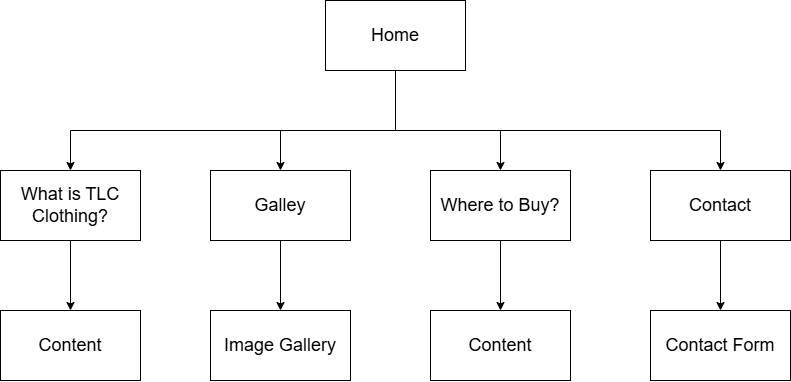
Above: itis3135/project/images/SiteMap.drawio.png in ericaphann/ericaphann.github.io (draw.io), before the change. Source tidied: cells renumbered, new cells last; positions are measured from the earlier drawing's top-left corner, leaving out a move shared by most shapes. The source it was exported from:
```xml
<mxGraphModel>
  <root>
    <mxCell id="0" />
    <mxCell id="1" parent="0" />
    <mxCell id="2" value="&lt;font style=&quot;font-size: 18px;&quot;&gt;Home&lt;/font&gt;" style="rounded=0;whiteSpace=wrap;html=1;" parent="1" vertex="1">
      <mxGeometry x="325" width="140" height="70" as="geometry" />
    </mxCell>
    <mxCell id="3" value="&lt;font style=&quot;font-size: 18px;&quot;&gt;What is TLC Clothing?&lt;/font&gt;" style="rounded=0;whiteSpace=wrap;html=1;" parent="1" vertex="1">
      <mxGeometry y="170" width="140" height="70" as="geometry" />
    </mxCell>
    <mxCell id="4" value="&lt;font style=&quot;font-size: 18px;&quot;&gt;Galley&lt;/font&gt;" style="rounded=0;whiteSpace=wrap;html=1;" parent="1" vertex="1">
      <mxGeometry x="210" y="170" width="140" height="70" as="geometry" />
    </mxCell>
    <mxCell id="5" value="&lt;font style=&quot;font-size: 18px;&quot;&gt;Where to Buy?&lt;/font&gt;" style="rounded=0;whiteSpace=wrap;html=1;" parent="1" vertex="1">
      <mxGeometry x="430" y="170" width="140" height="70" as="geometry" />
    </mxCell>
    <mxCell id="6" value="&lt;font style=&quot;font-size: 18px;&quot;&gt;Contact&lt;/font&gt;" style="rounded=0;whiteSpace=wrap;html=1;" parent="1" vertex="1">
      <mxGeometry x="650" y="170" width="140" height="70" as="geometry" />
    </mxCell>
    <mxCell id="7" style="endArrow=none;html=1;rounded=0;entryX=0.5;entryY=1;entryDx=0;entryDy=0;" parent="1" edge="1" target="2">
      <mxGeometry relative="1" as="geometry">
        <mxPoint x="395" y="130" as="sourcePoint" />
      </mxGeometry>
    </mxCell>
    <mxCell id="8" style="endArrow=none;html=1;rounded=0;" parent="1" edge="1">
      <mxGeometry relative="1" as="geometry">
        <mxPoint x="70" y="130" as="sourcePoint" />
        <mxPoint x="720" y="130" as="targetPoint" />
      </mxGeometry>
    </mxCell>
    <mxCell id="9" style="endArrow=classic;html=1;rounded=0;entryX=0.5;entryY=0;entryDx=0;entryDy=0;" parent="1" edge="1" target="4">
      <mxGeometry relative="1" as="geometry">
        <mxPoint x="280" y="130" as="sourcePoint" />
      </mxGeometry>
    </mxCell>
    <mxCell id="10" style="endArrow=classic;html=1;rounded=0;entryX=0.5;entryY=0;entryDx=0;entryDy=0;" parent="1" edge="1" target="3">
      <mxGeometry relative="1" as="geometry">
        <mxPoint x="70" y="130" as="sourcePoint" />
      </mxGeometry>
    </mxCell>
    <mxCell id="11" style="endArrow=classic;html=1;rounded=0;" parent="1" edge="1" target="6">
      <mxGeometry relative="1" as="geometry">
        <mxPoint x="720" y="130" as="sourcePoint" />
      </mxGeometry>
    </mxCell>
    <mxCell id="12" style="endArrow=classic;html=1;rounded=0;entryX=0.5;entryY=0;entryDx=0;entryDy=0;" parent="1" edge="1" target="5">
      <mxGeometry relative="1" as="geometry">
        <mxPoint x="500" y="130" as="sourcePoint" />
      </mxGeometry>
    </mxCell>
    <mxCell id="13" value="&lt;font style=&quot;font-size: 18px;&quot;&gt;Content&lt;/font&gt;" style="rounded=0;whiteSpace=wrap;html=1;" parent="1" vertex="1">
      <mxGeometry y="310" width="140" height="70" as="geometry" />
    </mxCell>
    <mxCell id="14" value="&lt;font style=&quot;font-size: 18px;&quot;&gt;Image Gallery&lt;/font&gt;" style="rounded=0;whiteSpace=wrap;html=1;" parent="1" vertex="1">
      <mxGeometry x="210" y="310" width="140" height="70" as="geometry" />
    </mxCell>
    <mxCell id="15" value="&lt;font style=&quot;font-size: 18px;&quot;&gt;Content&lt;/font&gt;" style="rounded=0;whiteSpace=wrap;html=1;" parent="1" vertex="1">
      <mxGeometry x="430" y="310" width="140" height="70" as="geometry" />
    </mxCell>
    <mxCell id="16" value="&lt;font style=&quot;font-size: 18px;&quot;&gt;Contact Form&lt;/font&gt;" style="rounded=0;whiteSpace=wrap;html=1;" parent="1" vertex="1">
      <mxGeometry x="650" y="310" width="140" height="70" as="geometry" />
    </mxCell>
    <mxCell id="17" style="endArrow=classic;html=1;rounded=0;exitX=0.5;exitY=1;exitDx=0;exitDy=0;" parent="1" edge="1" source="3" target="13">
      <mxGeometry relative="1" as="geometry" />
    </mxCell>
    <mxCell id="18" style="endArrow=classic;html=1;rounded=0;exitX=0.5;exitY=1;exitDx=0;exitDy=0;" parent="1" edge="1" source="4" target="14">
      <mxGeometry relative="1" as="geometry" />
    </mxCell>
    <mxCell id="19" style="endArrow=classic;html=1;rounded=0;entryX=0.5;entryY=0;entryDx=0;entryDy=0;exitX=0.5;exitY=1;exitDx=0;exitDy=0;" parent="1" edge="1" source="5" target="15">
      <mxGeometry relative="1" as="geometry" />
    </mxCell>
    <mxCell id="20" style="endArrow=classic;html=1;rounded=0;exitX=0.5;exitY=1;exitDx=0;exitDy=0;" parent="1" edge="1" source="6" target="16">
      <mxGeometry relative="1" as="geometry" />
    </mxCell>
  </root>
</mxGraphModel>
```
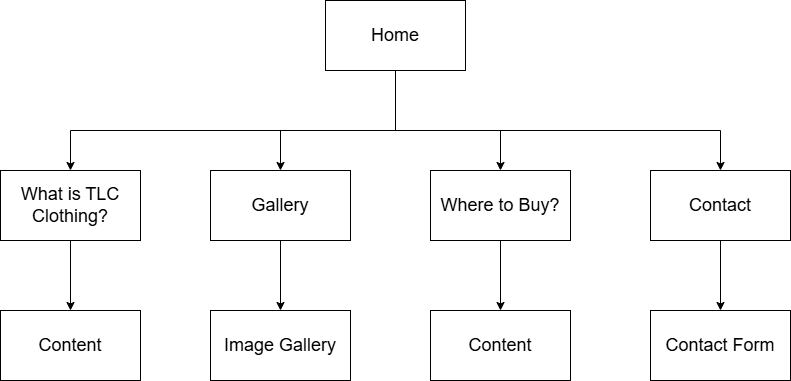
After the commit.

Change to the diagram source:
```diff
@@ -8,7 +8,7 @@
     <mxCell id="3" value="&lt;font style=&quot;font-size: 18px;&quot;&gt;What is TLC Clothing?&lt;/font&gt;" style="rounded=0;whiteSpace=wrap;html=1;" parent="1" vertex="1">
       <mxGeometry y="170" width="140" height="70" as="geometry" />
     </mxCell>
-    <mxCell id="4" value="&lt;font style=&quot;font-size: 18px;&quot;&gt;Galley&lt;/font&gt;" style="rounded=0;whiteSpace=wrap;html=1;" parent="1" vertex="1">
+    <mxCell id="4" value="&lt;font style=&quot;font-size: 18px;&quot;&gt;Gallery&lt;/font&gt;" style="rounded=0;whiteSpace=wrap;html=1;" parent="1" vertex="1">
       <mxGeometry x="210" y="170" width="140" height="70" as="geometry" />
     </mxCell>
     <mxCell id="5" value="&lt;font style=&quot;font-size: 18px;&quot;&gt;Where to Buy?&lt;/font&gt;" style="rounded=0;whiteSpace=wrap;html=1;" parent="1" vertex="1">
```
